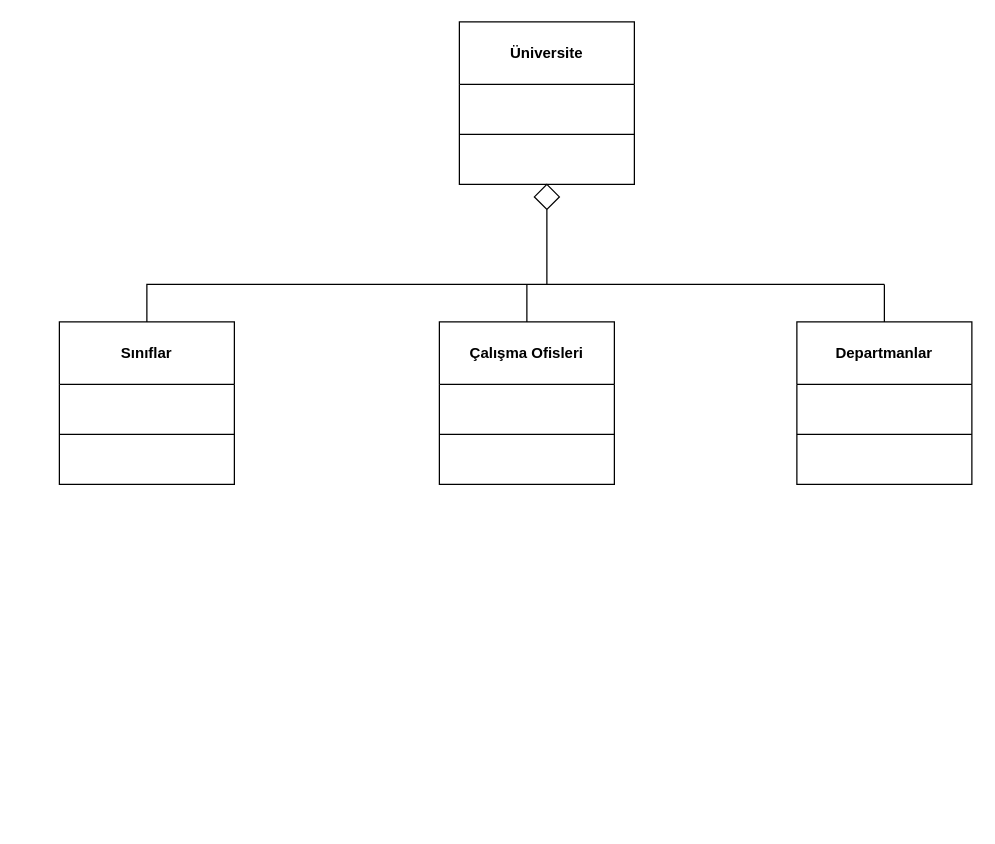
This is oop/1hw/oop-hw1.drawio from ulascan54/patika-edu, a draw.io file, before an edit. Source tidied: cells renumbered, new cells numbered last; positions are measured from the earlier drawing's top-left corner, leaving out a move shared by most shapes. Both pictures are drawn from the tidied source at 125%, with x=0, y=0 at pixel (59, 21).
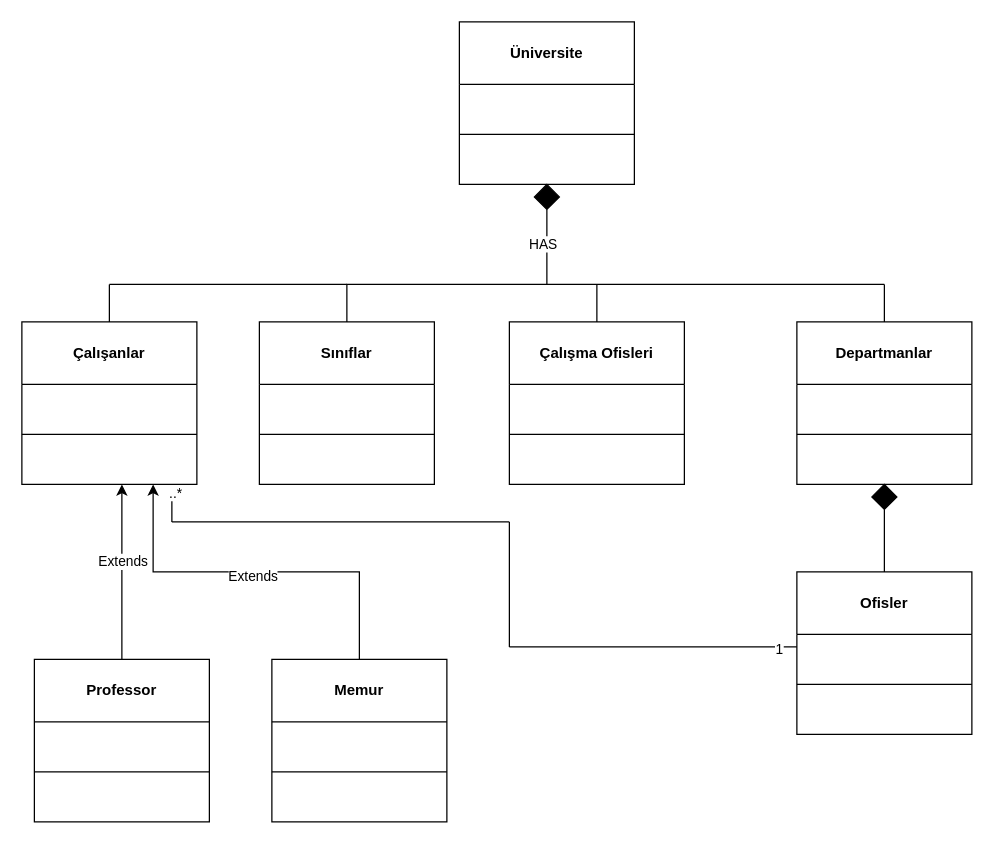
After the change.

Unchanged cells that the change refers to:
```xml
<mxCell id="6" value="Sınıflar" style="swimlane;whiteSpace=wrap;html=1;startSize=50;" parent="5" vertex="1">
  <mxGeometry width="140" height="130" as="geometry" />
</mxCell>
<mxCell id="12" value="Çalışma Ofisleri" style="swimlane;whiteSpace=wrap;html=1;startSize=50;" parent="11" vertex="1">
  <mxGeometry width="140" height="130" as="geometry" />
</mxCell>
<mxCell id="18" style="endArrow=none;html=1;rounded=0;entryX=0.5;entryY=1;entryDx=0;entryDy=0;" parent="1" edge="1" target="17">
  <mxGeometry relative="1" as="geometry">
    <mxPoint x="390" y="210" as="sourcePoint" />
  </mxGeometry>
</mxCell>
```

Change to the diagram source:
```diff
@@
     <mxCell id="5" style="group;" parent="1" vertex="1">
-      <mxGeometry y="240" width="140" height="130" as="geometry" />
+      <mxGeometry x="160" y="240" width="140" height="130" as="geometry" />
     </mxCell>
@@
     <mxCell id="11" style="group;" parent="1" vertex="1">
-      <mxGeometry x="304" y="240" width="140" height="130" as="geometry" />
+      <mxGeometry x="360" y="240" width="140" height="130" as="geometry" />
     </mxCell>
@@
     <mxCell id="14" style="endArrow=none;html=1;rounded=0;exitX=0.5;exitY=0;exitDx=0;exitDy=0;" parent="1" edge="1" source="6">
       <mxGeometry relative="1" as="geometry">
         <mxPoint x="660" y="210" as="targetPoint" />
         <Array as="points">
-          <mxPoint x="70" y="210" />
+          <mxPoint x="230" y="210" />
         </Array>
       </mxGeometry>
     </mxCell>
     <mxCell id="15" style="endArrow=none;html=1;rounded=0;exitX=0.5;exitY=0;exitDx=0;exitDy=0;" parent="1" edge="1" source="12">
       <mxGeometry relative="1" as="geometry">
-        <mxPoint x="374" y="210" as="targetPoint" />
+        <mxPoint x="430" y="210" as="targetPoint" />
       </mxGeometry>
     </mxCell>
@@
-    <mxCell id="17" style="rhombus;" parent="1" vertex="1">
+    <mxCell id="17" style="rhombus;labelBackgroundColor=none;fillColor=#000000;" parent="1" vertex="1">
       <mxGeometry x="380" y="130" width="20" height="20" as="geometry" />
     </mxCell>
@@
+    <mxCell id="19" value="HAS" style="edgeLabel;html=1;align=center;verticalAlign=middle;" parent="18" vertex="1">
+      <mxGeometry x="0.1" y="4" relative="1" as="geometry" />
+    </mxCell>
+    <mxCell id="20" style="rhombus;labelBackgroundColor=none;fillColor=#000000;" parent="1" vertex="1">
+      <mxGeometry x="650" y="370" width="20" height="20" as="geometry" />
+    </mxCell>
+    <mxCell id="21" style="group;" parent="1" vertex="1">
+      <mxGeometry x="590" y="440" width="140" height="130" as="geometry" />
+    </mxCell>
+    <mxCell id="22" value="Ofisler" style="swimlane;whiteSpace=wrap;html=1;startSize=50;" parent="21" vertex="1">
+      <mxGeometry width="140" height="130" as="geometry" />
+    </mxCell>
+    <mxCell id="23" style="endArrow=none;html=1;rounded=0;" parent="22" edge="1">
+      <mxGeometry relative="1" as="geometry">
+        <mxPoint y="90" as="sourcePoint" />
+        <mxPoint x="140" y="90" as="targetPoint" />
+      </mxGeometry>
+    </mxCell>
+    <mxCell id="24" style="group;" parent="1" vertex="1">
+      <mxGeometry x="-30" y="240" width="140" height="130" as="geometry" />
+    </mxCell>
+    <mxCell id="25" value="Çalışanlar" style="swimlane;whiteSpace=wrap;html=1;startSize=50;" parent="24" vertex="1">
+      <mxGeometry width="140" height="130" as="geometry" />
+    </mxCell>
+    <mxCell id="26" style="endArrow=none;html=1;rounded=0;" parent="25" edge="1">
+      <mxGeometry relative="1" as="geometry">
+        <mxPoint y="90" as="sourcePoint" />
+        <mxPoint x="140" y="90" as="targetPoint" />
+      </mxGeometry>
+    </mxCell>
+    <mxCell id="27" style="endArrow=none;html=1;rounded=0;entryX=0.5;entryY=1;entryDx=0;entryDy=0;exitX=0.5;exitY=0;exitDx=0;exitDy=0;" parent="1" edge="1" source="22" target="20">
+      <mxGeometry relative="1" as="geometry" />
+    </mxCell>
+    <mxCell id="28" style="group;" parent="1" vertex="1">
+      <mxGeometry x="-20" y="510" width="140" height="130" as="geometry" />
+    </mxCell>
+    <mxCell id="29" style="edgeStyle=orthogonalEdgeStyle;rounded=0;jettySize=auto;html=1;" parent="28" edge="1" source="31">
+      <mxGeometry relative="1" as="geometry">
+        <mxPoint x="70" y="-140" as="targetPoint" />
+      </mxGeometry>
+    </mxCell>
+    <mxCell id="30" value="Extends" style="edgeLabel;html=1;align=center;verticalAlign=middle;" parent="29" vertex="1">
+      <mxGeometry x="0.12" relative="1" as="geometry" />
+    </mxCell>
+    <mxCell id="31" value="Professor" style="swimlane;whiteSpace=wrap;html=1;startSize=50;" parent="28" vertex="1">
+      <mxGeometry width="140" height="130" as="geometry" />
+    </mxCell>
+    <mxCell id="32" style="endArrow=none;html=1;rounded=0;" parent="31" edge="1">
+      <mxGeometry relative="1" as="geometry">
+        <mxPoint y="90" as="sourcePoint" />
+        <mxPoint x="140" y="90" as="targetPoint" />
+      </mxGeometry>
+    </mxCell>
+    <mxCell id="33" style="group;" parent="1" vertex="1">
+      <mxGeometry x="170" y="510" width="140" height="130" as="geometry" />
+    </mxCell>
+    <mxCell id="34" value="Memur" style="swimlane;whiteSpace=wrap;html=1;startSize=50;" parent="33" vertex="1">
+      <mxGeometry width="140" height="130" as="geometry" />
+    </mxCell>
+    <mxCell id="35" style="endArrow=none;html=1;rounded=0;" parent="34" edge="1">
+      <mxGeometry relative="1" as="geometry">
+        <mxPoint y="90" as="sourcePoint" />
+        <mxPoint x="140" y="90" as="targetPoint" />
+      </mxGeometry>
+    </mxCell>
+    <mxCell id="36" style="edgeStyle=orthogonalEdgeStyle;rounded=0;jettySize=auto;html=1;entryX=0.75;entryY=1;entryDx=0;entryDy=0;exitX=0.5;exitY=0;exitDx=0;exitDy=0;" parent="1" edge="1" source="34" target="25">
+      <mxGeometry relative="1" as="geometry" />
+    </mxCell>
+    <mxCell id="37" value="Extends" style="edgeLabel;html=1;align=center;verticalAlign=middle;" parent="36" vertex="1">
+      <mxGeometry x="0.02" y="3" relative="1" as="geometry" />
+    </mxCell>
+    <mxCell id="38" style="endArrow=none;html=1;rounded=0;" parent="1" edge="1">
+      <mxGeometry relative="1" as="geometry">
+        <mxPoint x="40" y="210" as="sourcePoint" />
+        <mxPoint x="230" y="210" as="targetPoint" />
+      </mxGeometry>
+    </mxCell>
+    <mxCell id="39" style="endArrow=none;html=1;rounded=0;exitX=0.5;exitY=0;exitDx=0;exitDy=0;" parent="1" edge="1" source="25">
+      <mxGeometry relative="1" as="geometry">
+        <mxPoint x="40" y="210" as="targetPoint" />
+      </mxGeometry>
+    </mxCell>
+    <mxCell id="40" style="endArrow=none;html=1;rounded=0;" parent="1" edge="1">
+      <mxGeometry relative="1" as="geometry">
+        <mxPoint x="360" y="500" as="sourcePoint" />
+        <mxPoint x="590" y="500" as="targetPoint" />
+      </mxGeometry>
+    </mxCell>
+    <mxCell id="41" value="1" style="edgeLabel;html=1;align=center;verticalAlign=middle;" parent="40" vertex="1">
+      <mxGeometry x="0.87" y="-1" relative="1" as="geometry" />
+    </mxCell>
+    <mxCell id="42" style="endArrow=none;html=1;rounded=0;" parent="1" edge="1">
+      <mxGeometry relative="1" as="geometry">
+        <mxPoint x="90" y="400" as="sourcePoint" />
+        <mxPoint x="360" y="400" as="targetPoint" />
+      </mxGeometry>
+    </mxCell>
+    <mxCell id="43" style="endArrow=none;html=1;rounded=0;" parent="1" edge="1">
+      <mxGeometry relative="1" as="geometry">
+        <mxPoint x="360" y="400" as="sourcePoint" />
+        <mxPoint x="360" y="500" as="targetPoint" />
+      </mxGeometry>
+    </mxCell>
+    <mxCell id="44" style="endArrow=none;html=1;rounded=0;" parent="1" edge="1">
+      <mxGeometry relative="1" as="geometry">
+        <mxPoint x="90" y="370" as="sourcePoint" />
+        <mxPoint x="90" y="400" as="targetPoint" />
+      </mxGeometry>
+    </mxCell>
+    <mxCell id="45" value="..*" style="edgeLabel;html=1;align=center;verticalAlign=middle;" parent="44" vertex="1">
+      <mxGeometry x="-0.6" y="2" relative="1" as="geometry" />
+    </mxCell>
```
